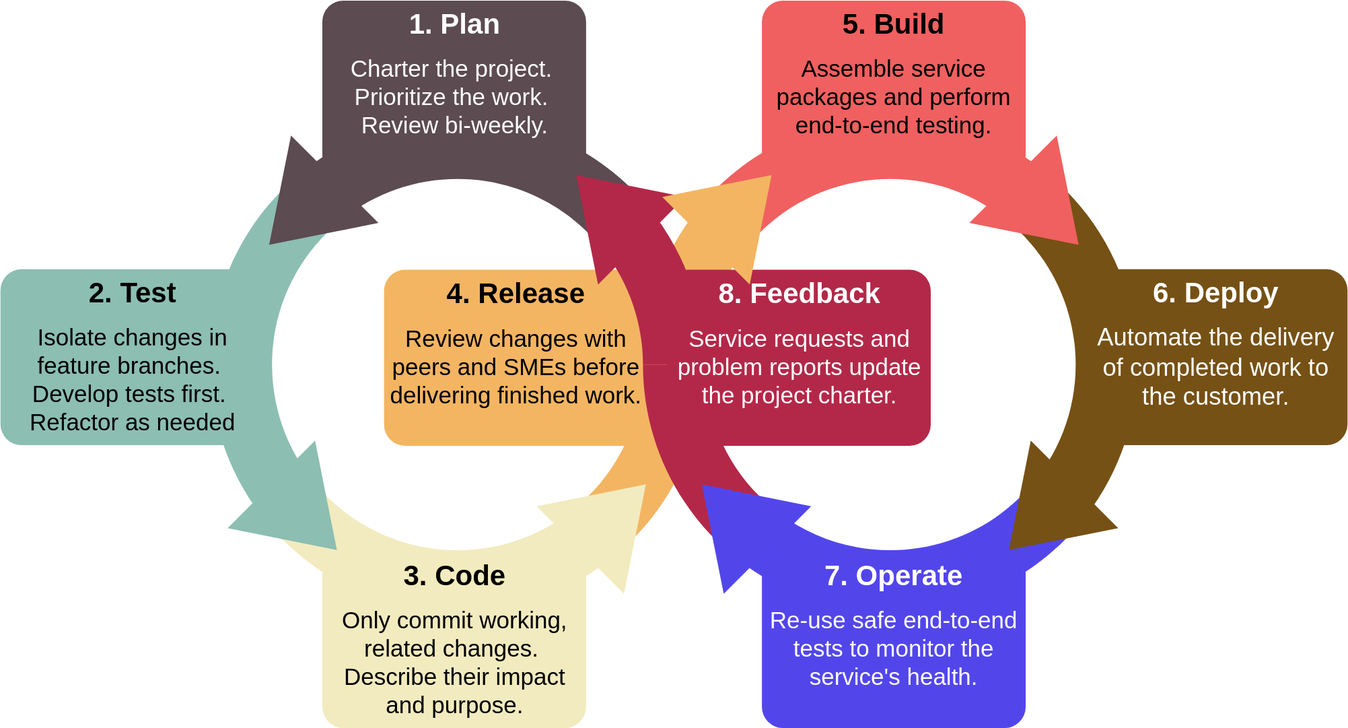
Before: docs/_static/devops-process.svg, a diagram exported from draw.io (ResearchDataCom/good-devops-practice). Source tidied: cells renumbered, new cells last; positions are measured from the earlier drawing's top-left corner, leaving out a move shared by most shapes.
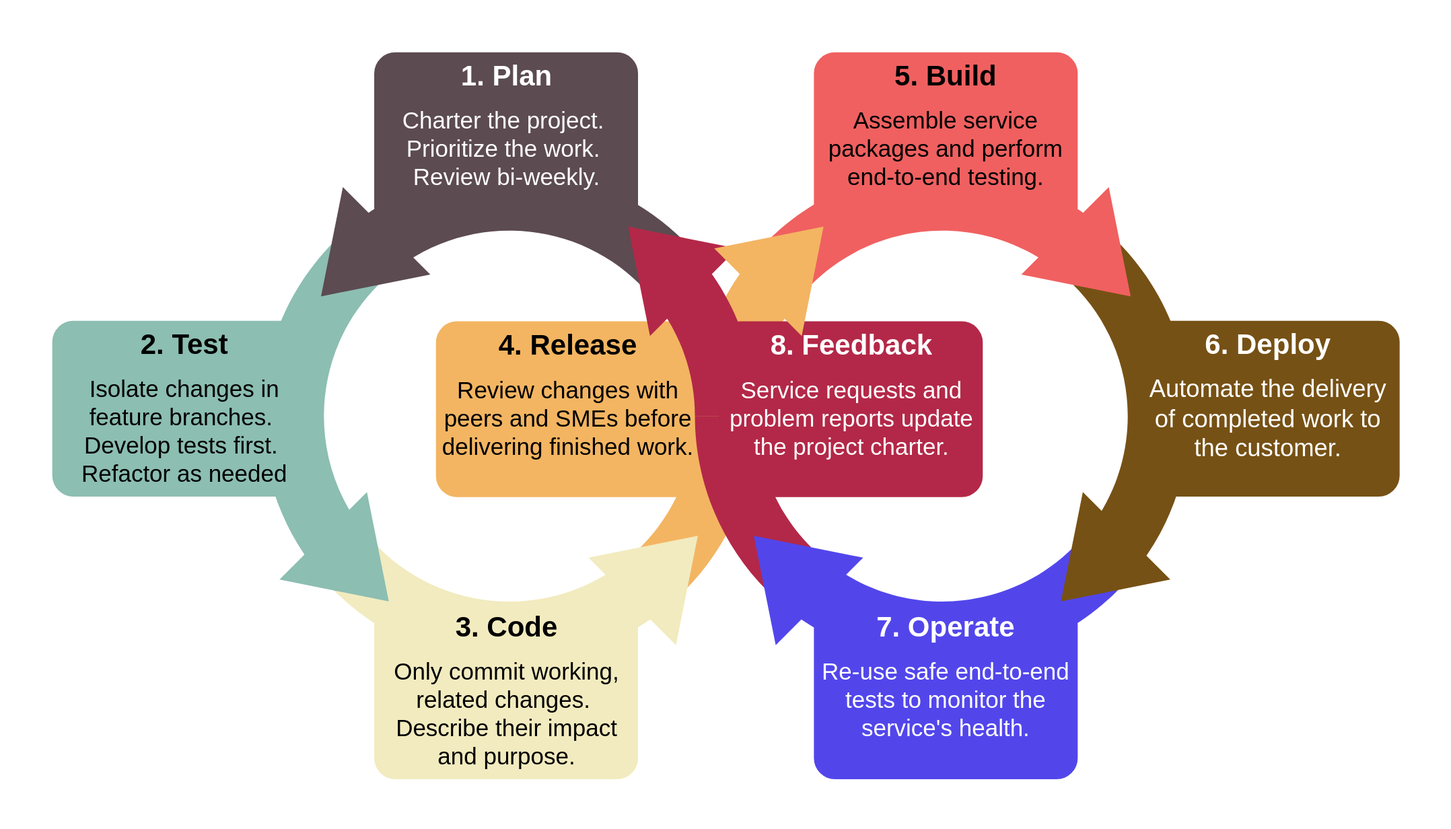
After the change.

Commit message:
fix: give the diagram a comfortable border when shown in dark mode

Diff of the diagram source:
```diff
@@ -2,6 +2,9 @@
   <root>
     <mxCell id="0" />
     <mxCell id="1" parent="0" />
+    <mxCell id="29" style="swimlane;startSize=0;fillColor=none;strokeColor=none;" parent="1" vertex="1">
+      <mxGeometry x="-55" y="-55" width="1540" height="880" as="geometry" />
+    </mxCell>
     <mxCell id="2" style="group;" parent="1" vertex="1">
       <mxGeometry x="222.7" y="123.7" width="984.4" height="648" as="geometry" />
     </mxCell>
```
